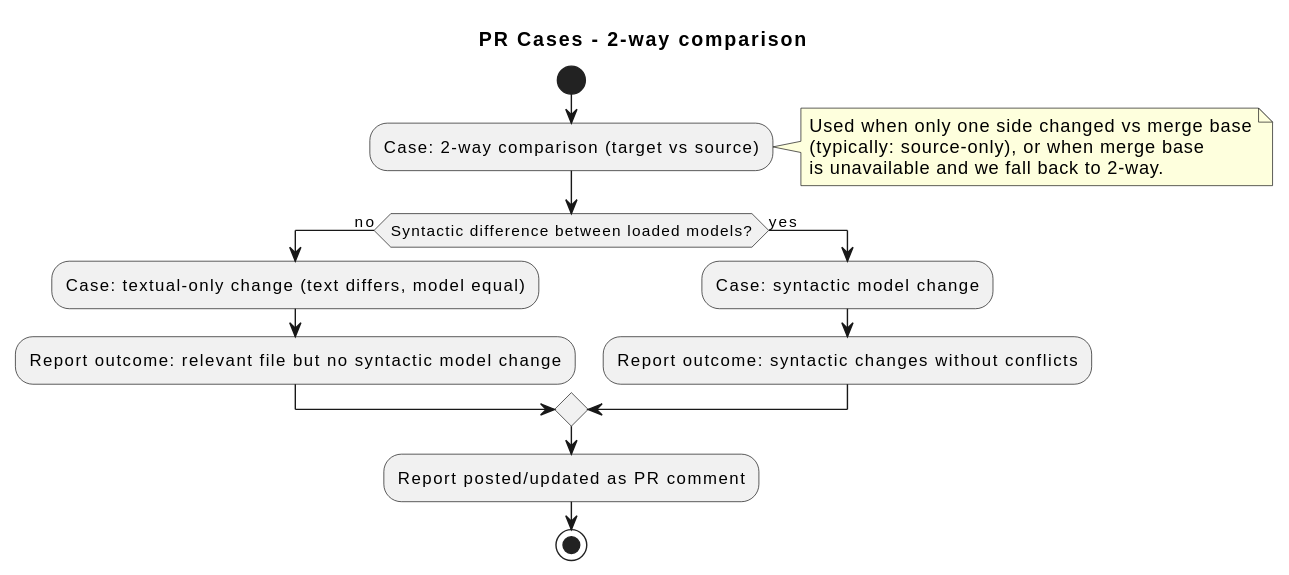
sdiaz1208/rama keeps this PlantUML diagram as doc/out/2-way-comparison.svg. Above is the earlier version. The source it was exported from:
```plantuml
@startuml
title PR Cases - 2-way comparison

start

:Case: 2-way comparison (target vs source);
note right
  Used when only one side changed vs merge base
  (typically: source-only), or when merge base
  is unavailable and we fall back to 2-way.
end note

if (Syntactic difference between loaded models?) then (no)
  :Case: textual-only change (text differs, model equal);
  :Report outcome: relevant file but no syntactic model change;
else (yes)
  :Case: syntactic model change;
  :Report outcome: syntactic changes without conflicts;
endif

:Report posted/updated as PR comment;

stop
@enduml
```
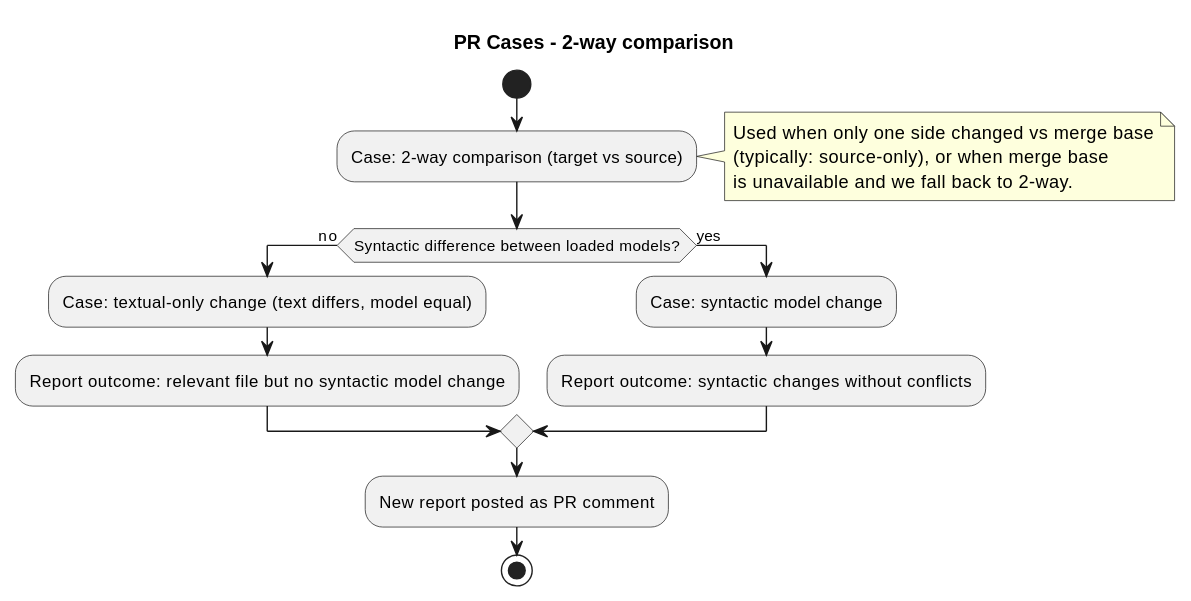
After the commit.

Commit message:
update project docs to reflect the "new comment" policy

Diff of the diagram source:
```diff
@@ -18,7 +18,7 @@
   :Report outcome: syntactic changes without conflicts;
 endif
 
-:Report posted/updated as PR comment;
+:New report posted as PR comment;
 
 stop
 @enduml
```
